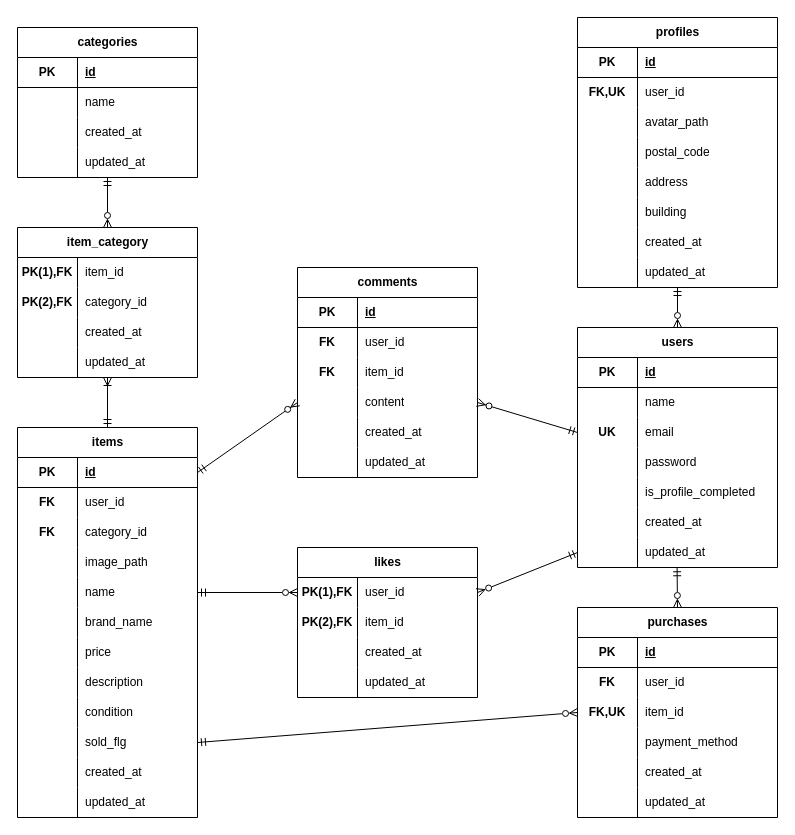
This is index.drawio from shiro03shiro/flea-sim, a draw.io file, before an edit. Source tidied: cells renumbered, new cells numbered last; positions are measured from the earlier drawing's top-left corner, leaving out a move shared by most shapes. Both pictures are drawn from the tidied source at 100%, with x=0, y=0 at pixel (17, 17).
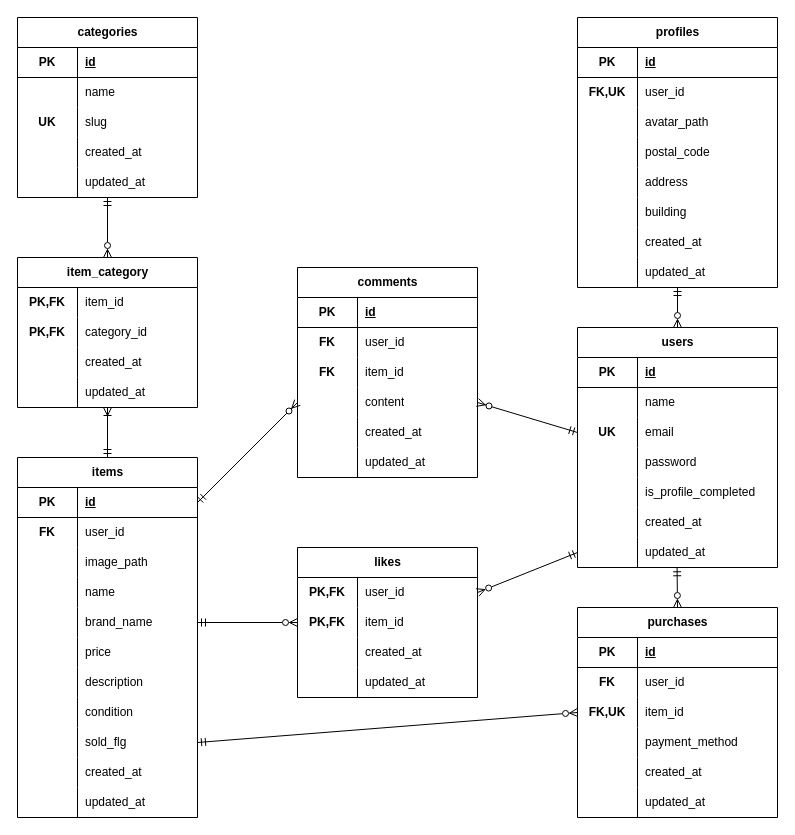
The same diagram, later.

Unchanged cells that the change refers to:
```xml
<mxCell id="139" style="shape=tableRow;horizontal=0;startSize=0;swimlaneHead=0;swimlaneBody=0;fillColor=none;points=[[0,0.5],[1,0.5]];portConstraint=eastwest;top=0;left=0;right=0;bottom=0;" parent="138" vertex="1">
  <mxGeometry y="30" width="180" height="30" as="geometry" />
</mxCell>
<mxCell id="142" style="shape=tableRow;horizontal=0;startSize=0;swimlaneHead=0;swimlaneBody=0;fillColor=none;points=[[0,0.5],[1,0.5]];portConstraint=eastwest;top=0;left=0;right=0;bottom=0;" parent="138" vertex="1">
  <mxGeometry y="60" width="180" height="30" as="geometry" />
</mxCell>
<mxCell id="152" style="shape=tableRow;horizontal=0;startSize=0;swimlaneHead=0;swimlaneBody=0;fillColor=none;top=0;left=0;right=0;bottom=0;" parent="151" vertex="1">
  <mxGeometry y="30" width="180" height="30" as="geometry" />
</mxCell>
<mxCell id="155" style="shape=tableRow;horizontal=0;startSize=0;swimlaneHead=0;swimlaneBody=0;fillColor=none;top=0;left=0;right=0;bottom=0;" parent="151" vertex="1">
  <mxGeometry y="60" width="180" height="30" as="geometry" />
</mxCell>
```

Diff of the diagram source:
```diff
@@
     <mxCell id="3" value="items" style="shape=table;startSize=30;childLayout=tableLayout;rowLines=0;fontStyle=1;align=center;html=1;" parent="1" vertex="1">
-      <mxGeometry y="410" width="180" height="390" as="geometry" />
+      <mxGeometry y="440" width="180" height="360" as="geometry" />
     </mxCell>
@@
-    <mxCell id="10" style="shape=tableRow;horizontal=0;startSize=0;swimlaneHead=0;swimlaneBody=0;fillColor=none;top=0;left=0;right=0;bottom=0;" parent="3" vertex="1">
-      <mxGeometry y="90" width="180" height="30" as="geometry" />
-    </mxCell>
-    <mxCell id="11" value="FK" style="shape=partialRectangle;fillColor=none;top=0;left=0;bottom=0;right=0;overflow=hidden;whiteSpace=wrap;html=1;fontStyle=1;" parent="10" vertex="1">
-      <mxGeometry width="60" height="30" as="geometry" />
-    </mxCell>
-    <mxCell id="12" value="category_id" style="shape=partialRectangle;fillColor=none;top=0;left=0;bottom=0;right=0;align=left;spacingLeft=6;overflow=hidden;whiteSpace=wrap;html=1;" parent="10" vertex="1">
-      <mxGeometry x="60" width="120" height="30" as="geometry" />
-    </mxCell>
     <mxCell id="13" style="shape=tableRow;horizontal=0;startSize=0;swimlaneHead=0;swimlaneBody=0;fillColor=none;top=0;left=0;right=0;bottom=0;" parent="3" vertex="1">
-      <mxGeometry y="120" width="180" height="30" as="geometry" />
+      <mxGeometry y="90" width="180" height="30" as="geometry" />
     </mxCell>
@@
     <mxCell id="16" style="shape=tableRow;horizontal=0;startSize=0;swimlaneHead=0;swimlaneBody=0;fillColor=none;points=[[0,0.5],[1,0.5]];portConstraint=eastwest;top=0;left=0;right=0;bottom=0;" parent="3" vertex="1">
-      <mxGeometry y="150" width="180" height="30" as="geometry" />
+      <mxGeometry y="120" width="180" height="30" as="geometry" />
     </mxCell>
@@
     <mxCell id="19" style="shape=tableRow;horizontal=0;startSize=0;swimlaneHead=0;swimlaneBody=0;fillColor=none;points=[[0,0.5],[1,0.5]];portConstraint=eastwest;top=0;left=0;right=0;bottom=0;" parent="3" vertex="1">
-      <mxGeometry y="180" width="180" height="30" as="geometry" />
+      <mxGeometry y="150" width="180" height="30" as="geometry" />
     </mxCell>
@@
     <mxCell id="22" style="shape=tableRow;horizontal=0;startSize=0;swimlaneHead=0;swimlaneBody=0;fillColor=none;top=0;left=0;right=0;bottom=0;" parent="3" vertex="1">
-      <mxGeometry y="210" width="180" height="30" as="geometry" />
+      <mxGeometry y="180" width="180" height="30" as="geometry" />
     </mxCell>
@@
     <mxCell id="25" style="shape=tableRow;horizontal=0;startSize=0;swimlaneHead=0;swimlaneBody=0;fillColor=none;top=0;left=0;right=0;bottom=0;" parent="3" vertex="1">
-      <mxGeometry y="240" width="180" height="30" as="geometry" />
+      <mxGeometry y="210" width="180" height="30" as="geometry" />
     </mxCell>
@@
     <mxCell id="28" style="shape=tableRow;horizontal=0;startSize=0;swimlaneHead=0;swimlaneBody=0;fillColor=none;top=0;left=0;right=0;bottom=0;" parent="3" vertex="1">
-      <mxGeometry y="270" width="180" height="30" as="geometry" />
+      <mxGeometry y="240" width="180" height="30" as="geometry" />
     </mxCell>
@@
     <mxCell id="31" style="shape=tableRow;horizontal=0;startSize=0;swimlaneHead=0;swimlaneBody=0;fillColor=none;points=[[0,0.5],[1,0.5]];portConstraint=eastwest;top=0;left=0;right=0;bottom=0;" parent="3" vertex="1">
-      <mxGeometry y="300" width="180" height="30" as="geometry" />
+      <mxGeometry y="270" width="180" height="30" as="geometry" />
     </mxCell>
@@
     <mxCell id="34" style="shape=tableRow;horizontal=0;startSize=0;swimlaneHead=0;swimlaneBody=0;fillColor=none;top=0;left=0;right=0;bottom=0;" parent="3" vertex="1">
-      <mxGeometry y="330" width="180" height="30" as="geometry" />
+      <mxGeometry y="300" width="180" height="30" as="geometry" />
     </mxCell>
@@
     <mxCell id="37" style="shape=tableRow;horizontal=0;startSize=0;swimlaneHead=0;swimlaneBody=0;fillColor=none;top=0;left=0;right=0;bottom=0;" parent="3" vertex="1">
-      <mxGeometry y="360" width="180" height="30" as="geometry" />
+      <mxGeometry y="330" width="180" height="30" as="geometry" />
     </mxCell>
@@
     <mxCell id="40" value="categories" style="shape=table;startSize=30;childLayout=tableLayout;rowLines=0;fontStyle=1;align=center;html=1;" parent="1" vertex="1">
-      <mxGeometry y="10" width="180" height="150" as="geometry" />
+      <mxGeometry width="180" height="180" as="geometry" />
     </mxCell>
@@
+    <mxCell id="10" style="shape=tableRow;horizontal=0;startSize=0;swimlaneHead=0;swimlaneBody=0;fillColor=none;top=0;left=0;right=0;bottom=0;" parent="40" vertex="1">
+      <mxGeometry y="90" width="180" height="30" as="geometry" />
+    </mxCell>
+    <mxCell id="173" value="UK" style="shape=partialRectangle;fillColor=none;top=0;left=0;bottom=0;right=0;overflow=hidden;whiteSpace=wrap;html=1;fontStyle=1;" parent="10" vertex="1">
+      <mxGeometry width="60" height="30" as="geometry" />
+    </mxCell>
+    <mxCell id="174" value="slug" style="shape=partialRectangle;fillColor=none;top=0;left=0;bottom=0;right=0;align=left;spacingLeft=6;overflow=hidden;whiteSpace=wrap;html=1;" parent="10" vertex="1">
+      <mxGeometry x="60" width="120" height="30" as="geometry" />
+    </mxCell>
     <mxCell id="47" style="shape=tableRow;horizontal=0;startSize=0;swimlaneHead=0;swimlaneBody=0;fillColor=none;top=0;left=0;right=0;bottom=0;" parent="40" vertex="1">
-      <mxGeometry y="90" width="180" height="30" as="geometry" />
+      <mxGeometry y="120" width="180" height="30" as="geometry" />
     </mxCell>
@@
     <mxCell id="50" style="shape=tableRow;horizontal=0;startSize=0;swimlaneHead=0;swimlaneBody=0;fillColor=none;points=[[0,0.5],[1,0.5]];portConstraint=eastwest;top=0;left=0;right=0;bottom=0;" parent="40" vertex="1">
-      <mxGeometry y="120" width="180" height="30" as="geometry" />
+      <mxGeometry y="150" width="180" height="30" as="geometry" />
     </mxCell>
@@
-    <mxCell id="140" value="PK(1),FK" style="shape=partialRectangle;fillColor=none;top=0;left=0;bottom=0;right=0;overflow=hidden;whiteSpace=wrap;html=1;fontStyle=1;" parent="139" vertex="1">
+    <mxCell id="140" value="PK,FK" style="shape=partialRectangle;fillColor=none;top=0;left=0;bottom=0;right=0;overflow=hidden;whiteSpace=wrap;html=1;fontStyle=1;" parent="139" vertex="1">
       <mxGeometry width="60" height="30" as="geometry" />
     </mxCell>
@@
-    <mxCell id="143" value="PK(2),FK" style="shape=partialRectangle;fillColor=none;top=0;left=0;bottom=0;right=0;overflow=hidden;whiteSpace=wrap;html=1;fontStyle=1;" parent="142" vertex="1">
+    <mxCell id="143" value="&lt;span style=&quot;color: rgb(0, 0, 0);&quot;&gt;PK,FK&lt;/span&gt;" style="shape=partialRectangle;fillColor=none;top=0;left=0;bottom=0;right=0;overflow=hidden;whiteSpace=wrap;html=1;fontStyle=1;" parent="142" vertex="1">
       <mxGeometry width="60" height="30" as="geometry" />
     </mxCell>
@@
     <mxCell id="151" value="item_category" style="shape=table;startSize=30;childLayout=tableLayout;rowLines=0;fontStyle=1;align=center;html=1;" parent="1" vertex="1">
-      <mxGeometry y="210" width="180" height="150" as="geometry" />
+      <mxGeometry y="240" width="180" height="150" as="geometry" />
     </mxCell>
@@
-    <mxCell id="153" value="PK(1),FK" style="shape=partialRectangle;fillColor=none;top=0;left=0;bottom=0;right=0;overflow=hidden;whiteSpace=wrap;html=1;fontStyle=1;" parent="152" vertex="1">
+    <mxCell id="153" value="PK,FK" style="shape=partialRectangle;fillColor=none;top=0;left=0;bottom=0;right=0;overflow=hidden;whiteSpace=wrap;html=1;fontStyle=1;" parent="152" vertex="1">
       <mxGeometry width="60" height="30" as="geometry" />
     </mxCell>
@@
-    <mxCell id="156" value="PK(2),FK" style="shape=partialRectangle;fillColor=none;top=0;left=0;bottom=0;right=0;overflow=hidden;whiteSpace=wrap;html=1;fontStyle=1;" parent="155" vertex="1">
+    <mxCell id="156" value="PK,FK" style="shape=partialRectangle;fillColor=none;top=0;left=0;bottom=0;right=0;overflow=hidden;whiteSpace=wrap;html=1;fontStyle=1;" parent="155" vertex="1">
       <mxGeometry width="60" height="30" as="geometry" />
     </mxCell>
@@
-    <mxCell id="170" style="fontSize=12;html=1;endArrow=ERmandOne;startArrow=ERzeroToMany;entryX=1;entryY=0.5;entryDx=0;entryDy=0;exitX=0;exitY=0.5;exitDx=0;exitDy=0;startFill=0;endFill=0;" parent="1" edge="1" source="139" target="16">
+    <mxCell id="170" style="fontSize=12;html=1;endArrow=ERmandOne;startArrow=ERzeroToMany;entryX=1;entryY=0.5;entryDx=0;entryDy=0;exitX=0;exitY=0.5;exitDx=0;exitDy=0;startFill=0;endFill=0;" parent="1" edge="1" source="142" target="19">
       <mxGeometry relative="1" as="geometry" />
     </mxCell>
```
